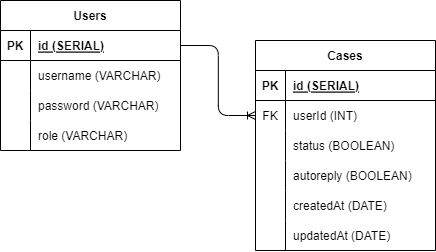
The draw.io diagram server/__docs__/ERD.drawio.png in Alexwilliam112/ServiceSync, before a commit. Source tidied: cells renumbered, new cells last; positions are measured from the earlier drawing's top-left corner, leaving out a move shared by most shapes.
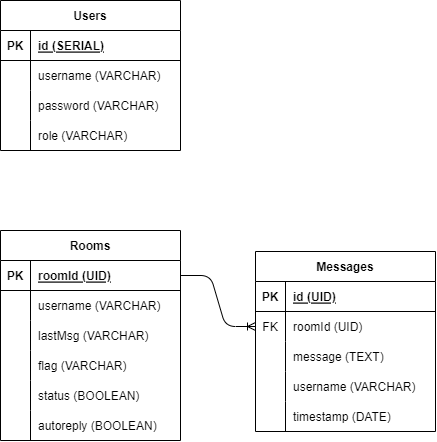
After the change.

Commit message:
Added Rooms entity class in firebase db

What changed in the source:
```diff
@@ -41,8 +41,8 @@
     <mxCell id="14" value="role (VARCHAR)" style="shape=partialRectangle;fillColor=none;top=0;left=0;bottom=0;right=0;align=left;spacingLeft=6;overflow=hidden;" parent="12" vertex="1">
       <mxGeometry x="30" width="150" height="30" as="geometry" />
     </mxCell>
-    <mxCell id="15" value="Cases" style="shape=table;startSize=30;rowLines=0;fontStyle=1;align=center;" parent="1" vertex="1">
-      <mxGeometry x="255" y="40" width="180" height="210" as="geometry" />
+    <mxCell id="15" value="Rooms" style="shape=table;startSize=30;rowLines=0;fontStyle=1;align=center;" parent="1" vertex="1">
+      <mxGeometry y="230" width="180" height="210" as="geometry" />
     </mxCell>
     <mxCell id="16" style="shape=tableRow;horizontal=0;startSize=0;swimlaneHead=0;swimlaneBody=0;fillColor=none;points=[[0,0.5],[1,0.5]];portConstraint=eastwest;top=0;left=0;right=0;bottom=1;" parent="15" vertex="1">
       <mxGeometry y="30" width="180" height="30" as="geometry" />
@@ -50,20 +50,38 @@
     <mxCell id="17" value="PK" style="shape=partialRectangle;fillColor=none;top=0;left=0;bottom=0;right=0;fontStyle=1;overflow=hidden;" parent="16" vertex="1">
       <mxGeometry width="30" height="30" as="geometry" />
     </mxCell>
-    <mxCell id="18" value="id (SERIAL)" style="shape=partialRectangle;fillColor=none;top=0;left=0;bottom=0;right=0;align=left;spacingLeft=6;fontStyle=5;overflow=hidden;" parent="16" vertex="1">
+    <mxCell id="18" value="roomId (UID)" style="shape=partialRectangle;fillColor=none;top=0;left=0;bottom=0;right=0;align=left;spacingLeft=6;fontStyle=5;overflow=hidden;" parent="16" vertex="1">
       <mxGeometry x="30" width="150" height="30" as="geometry" />
     </mxCell>
     <mxCell id="19" style="shape=tableRow;horizontal=0;startSize=0;swimlaneHead=0;swimlaneBody=0;fillColor=none;points=[[0,0.5],[1,0.5]];portConstraint=eastwest;top=0;left=0;right=0;bottom=0;" parent="15" vertex="1">
       <mxGeometry y="60" width="180" height="30" as="geometry" />
     </mxCell>
-    <mxCell id="20" value="FK" style="shape=partialRectangle;fillColor=none;top=0;left=0;bottom=0;right=0;overflow=hidden;" parent="19" vertex="1">
+    <mxCell id="20" style="shape=partialRectangle;fillColor=none;top=0;left=0;bottom=0;right=0;overflow=hidden;" parent="19" vertex="1">
       <mxGeometry width="30" height="30" as="geometry" />
     </mxCell>
-    <mxCell id="21" value="userId (INT)" style="shape=partialRectangle;fillColor=none;top=0;left=0;bottom=0;right=0;align=left;spacingLeft=6;overflow=hidden;" parent="19" vertex="1">
+    <mxCell id="21" value="username (VARCHAR)" style="shape=partialRectangle;fillColor=none;top=0;left=0;bottom=0;right=0;align=left;spacingLeft=6;overflow=hidden;" parent="19" vertex="1">
       <mxGeometry x="30" width="150" height="30" as="geometry" />
     </mxCell>
+    <mxCell id="35" style="shape=tableRow;horizontal=0;startSize=0;swimlaneHead=0;swimlaneBody=0;fillColor=none;top=0;left=0;right=0;bottom=0;" parent="15" vertex="1">
+      <mxGeometry y="90" width="180" height="30" as="geometry" />
+    </mxCell>
+    <mxCell id="36" style="shape=partialRectangle;fillColor=none;top=0;left=0;bottom=0;right=0;overflow=hidden;" parent="35" vertex="1">
+      <mxGeometry width="30" height="30" as="geometry" />
+    </mxCell>
+    <mxCell id="37" value="lastMsg (VARCHAR)" style="shape=partialRectangle;fillColor=none;top=0;left=0;bottom=0;right=0;align=left;spacingLeft=6;overflow=hidden;" parent="35" vertex="1">
+      <mxGeometry x="30" width="150" height="30" as="geometry" />
+    </mxCell>
+    <mxCell id="38" style="shape=tableRow;horizontal=0;startSize=0;swimlaneHead=0;swimlaneBody=0;fillColor=none;top=0;left=0;right=0;bottom=0;" parent="15" vertex="1">
+      <mxGeometry y="120" width="180" height="30" as="geometry" />
+    </mxCell>
+    <mxCell id="39" style="shape=partialRectangle;fillColor=none;top=0;left=0;bottom=0;right=0;overflow=hidden;" parent="38" vertex="1">
+      <mxGeometry width="30" height="30" as="geometry" />
+    </mxCell>
+    <mxCell id="40" value="flag (VARCHAR)" style="shape=partialRectangle;fillColor=none;top=0;left=0;bottom=0;right=0;align=left;spacingLeft=6;overflow=hidden;" parent="38" vertex="1">
+      <mxGeometry x="30" width="150" height="30" as="geometry" />
+    </mxCell>
     <mxCell id="22" style="shape=tableRow;horizontal=0;startSize=0;swimlaneHead=0;swimlaneBody=0;fillColor=none;top=0;left=0;right=0;bottom=0;" parent="15" vertex="1">
-      <mxGeometry y="90" width="180" height="30" as="geometry" />
+      <mxGeometry y="150" width="180" height="30" as="geometry" />
     </mxCell>
     <mxCell id="23" style="shape=partialRectangle;fillColor=none;top=0;left=0;bottom=0;right=0;overflow=hidden;" parent="22" vertex="1">
       <mxGeometry width="30" height="30" as="geometry" />
@@ -72,7 +90,7 @@
       <mxGeometry x="30" width="150" height="30" as="geometry" />
     </mxCell>
     <mxCell id="25" style="shape=tableRow;horizontal=0;startSize=0;swimlaneHead=0;swimlaneBody=0;fillColor=none;top=0;left=0;right=0;bottom=0;" parent="15" vertex="1">
-      <mxGeometry y="120" width="180" height="30" as="geometry" />
+      <mxGeometry y="180" width="180" height="30" as="geometry" />
     </mxCell>
     <mxCell id="26" style="shape=partialRectangle;fillColor=none;top=0;left=0;bottom=0;right=0;overflow=hidden;" parent="25" vertex="1">
       <mxGeometry width="30" height="30" as="geometry" />
@@ -80,26 +98,56 @@
     <mxCell id="27" value="autoreply (BOOLEAN)" style="shape=partialRectangle;fillColor=none;top=0;left=0;bottom=0;right=0;align=left;spacingLeft=6;overflow=hidden;" parent="25" vertex="1">
       <mxGeometry x="30" width="150" height="30" as="geometry" />
     </mxCell>
+    <mxCell id="41" value="Messages" style="shape=table;startSize=30;rowLines=0;fontStyle=1;align=center;" parent="1" vertex="1">
+      <mxGeometry x="255" y="251" width="180" height="180" as="geometry" />
+    </mxCell>
+    <mxCell id="42" style="shape=tableRow;horizontal=0;startSize=0;swimlaneHead=0;swimlaneBody=0;fillColor=none;top=0;left=0;right=0;bottom=1;" parent="41" vertex="1">
+      <mxGeometry y="30" width="180" height="30" as="geometry" />
+    </mxCell>
+    <mxCell id="43" value="PK" style="shape=partialRectangle;fillColor=none;top=0;left=0;bottom=0;right=0;fontStyle=1;overflow=hidden;" parent="42" vertex="1">
+      <mxGeometry width="30" height="30" as="geometry" />
+    </mxCell>
+    <mxCell id="44" value="id (UID)" style="shape=partialRectangle;fillColor=none;top=0;left=0;bottom=0;right=0;align=left;spacingLeft=6;fontStyle=5;overflow=hidden;" parent="42" vertex="1">
+      <mxGeometry x="30" width="150" height="30" as="geometry" />
+    </mxCell>
+    <mxCell id="45" style="shape=tableRow;horizontal=0;startSize=0;swimlaneHead=0;swimlaneBody=0;fillColor=none;points=[[0,0.5],[1,0.5]];portConstraint=eastwest;top=0;left=0;right=0;bottom=0;" parent="41" vertex="1">
+      <mxGeometry y="60" width="180" height="30" as="geometry" />
+    </mxCell>
+    <mxCell id="46" value="FK" style="shape=partialRectangle;fillColor=none;top=0;left=0;bottom=0;right=0;overflow=hidden;" parent="45" vertex="1">
+      <mxGeometry width="30" height="30" as="geometry" />
+    </mxCell>
+    <mxCell id="47" value="roomId (UID)" style="shape=partialRectangle;fillColor=none;top=0;left=0;bottom=0;right=0;align=left;spacingLeft=6;overflow=hidden;" parent="45" vertex="1">
+      <mxGeometry x="30" width="150" height="30" as="geometry" />
+    </mxCell>
+    <mxCell id="48" style="shape=tableRow;horizontal=0;startSize=0;swimlaneHead=0;swimlaneBody=0;fillColor=none;top=0;left=0;right=0;bottom=0;" parent="41" vertex="1">
+      <mxGeometry y="90" width="180" height="30" as="geometry" />
+    </mxCell>
+    <mxCell id="49" style="shape=partialRectangle;fillColor=none;top=0;left=0;bottom=0;right=0;overflow=hidden;" parent="48" vertex="1">
+      <mxGeometry width="30" height="30" as="geometry" />
+    </mxCell>
+    <mxCell id="50" value="message (TEXT)" style="shape=partialRectangle;fillColor=none;top=0;left=0;bottom=0;right=0;align=left;spacingLeft=6;overflow=hidden;" parent="48" vertex="1">
+      <mxGeometry x="30" width="150" height="30" as="geometry" />
+    </mxCell>
+    <mxCell id="51" style="shape=tableRow;horizontal=0;startSize=0;swimlaneHead=0;swimlaneBody=0;fillColor=none;top=0;left=0;right=0;bottom=0;" parent="41" vertex="1">
+      <mxGeometry y="120" width="180" height="30" as="geometry" />
+    </mxCell>
+    <mxCell id="52" style="shape=partialRectangle;fillColor=none;top=0;left=0;bottom=0;right=0;overflow=hidden;" parent="51" vertex="1">
+      <mxGeometry width="30" height="30" as="geometry" />
+    </mxCell>
+    <mxCell id="53" value="username (VARCHAR)" style="shape=partialRectangle;fillColor=none;top=0;left=0;bottom=0;right=0;align=left;spacingLeft=6;overflow=hidden;" parent="51" vertex="1">
+      <mxGeometry x="30" width="150" height="30" as="geometry" />
+    </mxCell>
-    <mxCell id="28" style="shape=tableRow;horizontal=0;startSize=0;swimlaneHead=0;swimlaneBody=0;fillColor=none;top=0;left=0;right=0;bottom=0;" parent="15" vertex="1">
+    <mxCell id="28" style="shape=tableRow;horizontal=0;startSize=0;swimlaneHead=0;swimlaneBody=0;fillColor=none;top=0;left=0;right=0;bottom=0;" parent="41" vertex="1">
       <mxGeometry y="150" width="180" height="30" as="geometry" />
     </mxCell>
-    <mxCell id="29" style="shape=partialRectangle;fillColor=none;top=0;left=0;bottom=0;right=0;overflow=hidden;" parent="28" vertex="1">
-      <mxGeometry width="30" height="30" as="geometry" />
-    </mxCell>
-    <mxCell id="30" value="createdAt (DATE)" style="shape=partialRectangle;fillColor=none;top=0;left=0;bottom=0;right=0;align=left;spacingLeft=6;overflow=hidden;" parent="28" vertex="1">
-      <mxGeometry x="30" width="150" height="30" as="geometry" />
-    </mxCell>
-    <mxCell id="31" style="shape=tableRow;horizontal=0;startSize=0;swimlaneHead=0;swimlaneBody=0;fillColor=none;top=0;left=0;right=0;bottom=0;" parent="15" vertex="1">
-      <mxGeometry y="180" width="180" height="30" as="geometry" />
-    </mxCell>
-    <mxCell id="32" style="shape=partialRectangle;fillColor=none;top=0;left=0;bottom=0;right=0;overflow=hidden;" parent="31" vertex="1">
-      <mxGeometry width="30" height="30" as="geometry" />
-    </mxCell>
-    <mxCell id="33" value="updatedAt (DATE)" style="shape=partialRectangle;fillColor=none;top=0;left=0;bottom=0;right=0;align=left;spacingLeft=6;overflow=hidden;" parent="31" vertex="1">
-      <mxGeometry x="30" width="150" height="30" as="geometry" />
-    </mxCell>
-    <mxCell id="34" style="edgeStyle=elbowEdgeStyle;fontSize=12;html=1;endArrow=ERoneToMany;" parent="1" edge="1" source="3" target="19">
-      <mxGeometry relative="1" as="geometry" />
-    </mxCell>
+    <mxCell id="54" style="shape=partialRectangle;fillColor=none;top=0;left=0;bottom=0;right=0;overflow=hidden;" parent="28" vertex="1">
+      <mxGeometry width="30" height="30" as="geometry" />
+    </mxCell>
+    <mxCell id="55" value="timestamp (DATE)" style="shape=partialRectangle;fillColor=none;top=0;left=0;bottom=0;right=0;align=left;spacingLeft=6;overflow=hidden;" parent="28" vertex="1">
+      <mxGeometry x="30" width="150" height="30" as="geometry" />
+    </mxCell>
+    <mxCell id="56" style="edgeStyle=entityRelationEdgeStyle;fontSize=12;html=1;endArrow=ERoneToMany;" parent="1" edge="1" source="16" target="45">
+      <mxGeometry relative="1" as="geometry" />
+    </mxCell>
   </root>
 </mxGraphModel>
```
